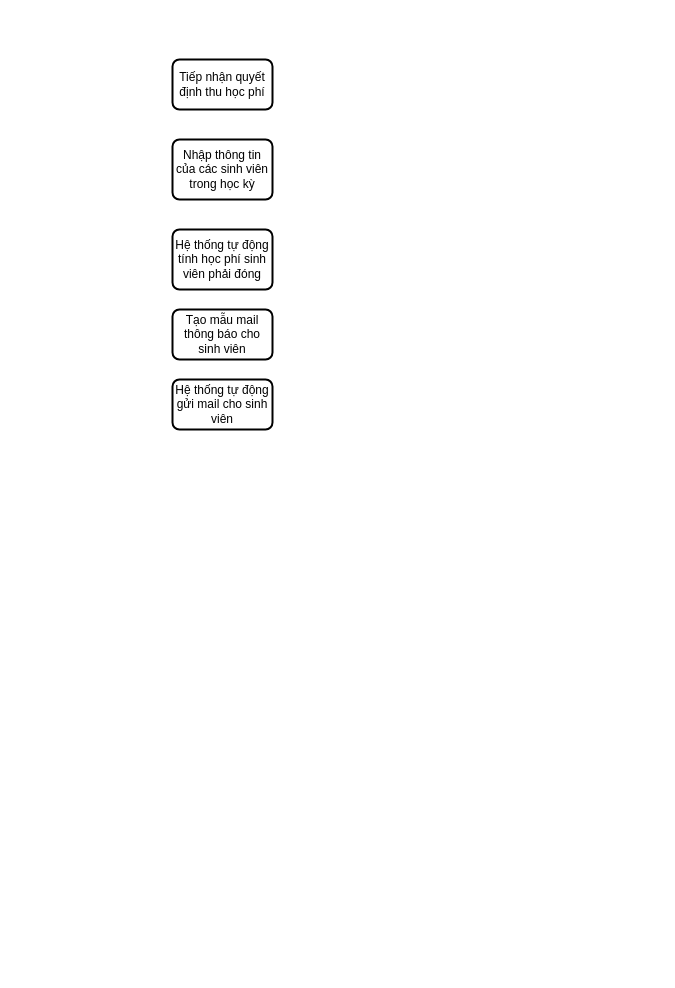
Before: Untitled Diagram.drawio in hype1524/Test, a draw.io diagram. Source tidied: cells renumbered, new cells numbered last; positions are measured from the earlier drawing's top-left corner, leaving out a move shared by most shapes. Both pictures are drawn from the tidied source at 100%, with x=0, y=0 at pixel (172, 59).
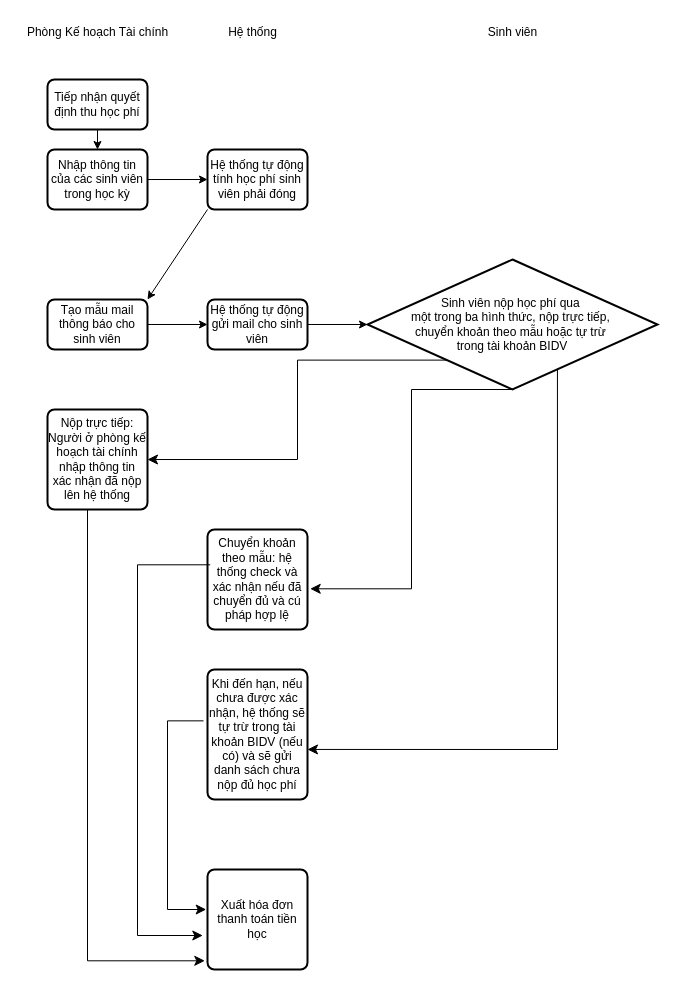
The same diagram, later.

What changed in the source:
```diff
@@
     <mxCell id="2" value="Tiếp nhận quyết định thu học phí" style="rounded=1;whiteSpace=wrap;html=1;absoluteArcSize=1;arcSize=14;strokeWidth=2;" parent="1" vertex="1">
-      <mxGeometry width="100" height="50" as="geometry" />
+      <mxGeometry x="-125" y="20" width="100" height="50" as="geometry" />
     </mxCell>
     <mxCell id="3" value="Nhập thông tin của các sinh viên trong học kỳ" style="rounded=1;whiteSpace=wrap;html=1;absoluteArcSize=1;arcSize=14;strokeWidth=2;" parent="1" vertex="1">
-      <mxGeometry y="80" width="100" height="60" as="geometry" />
+      <mxGeometry x="-125" y="90" width="100" height="60" as="geometry" />
     </mxCell>
     <mxCell id="4" value="Hệ thống tự động tính học phí sinh viên phải đóng" style="rounded=1;whiteSpace=wrap;html=1;absoluteArcSize=1;arcSize=14;strokeWidth=2;" parent="1" vertex="1">
-      <mxGeometry y="170" width="100" height="60" as="geometry" />
+      <mxGeometry x="35" y="90" width="100" height="60" as="geometry" />
     </mxCell>
     <mxCell id="5" value="Tạo mẫu mail thông báo cho sinh viên" style="rounded=1;whiteSpace=wrap;html=1;absoluteArcSize=1;arcSize=14;strokeWidth=2;" parent="1" vertex="1">
-      <mxGeometry y="250" width="100" height="50" as="geometry" />
+      <mxGeometry x="-125" y="240" width="100" height="50" as="geometry" />
     </mxCell>
     <mxCell id="6" value="Hệ thống tự động gửi mail cho sinh viên" style="rounded=1;whiteSpace=wrap;html=1;absoluteArcSize=1;arcSize=14;strokeWidth=2;" parent="1" vertex="1">
-      <mxGeometry y="320" width="100" height="50" as="geometry" />
+      <mxGeometry x="35" y="240" width="100" height="50" as="geometry" />
     </mxCell>
+    <mxCell id="7" value="Sinh viên nộp học phí qua&amp;nbsp;&lt;div&gt;một trong ba hình thức, nộp trực tiếp,&amp;nbsp;&lt;/div&gt;&lt;div&gt;chuyển khoản theo mẫu hoặc tự trừ&amp;nbsp;&lt;/div&gt;&lt;div&gt;trong tài khoản BIDV&lt;/div&gt;" style="strokeWidth=2;html=1;shape=mxgraph.flowchart.decision;whiteSpace=wrap;" parent="1" vertex="1">
+      <mxGeometry x="195" y="200" width="290" height="130" as="geometry" />
+    </mxCell>
+    <mxCell id="8" style="endArrow=classic;html=1;rounded=0;exitX=0.5;exitY=1;exitDx=0;exitDy=0;entryX=0.5;entryY=0;entryDx=0;entryDy=0;" parent="1" edge="1" source="2" target="3">
+      <mxGeometry relative="1" as="geometry" />
+    </mxCell>
+    <mxCell id="9" style="endArrow=classic;html=1;rounded=0;exitX=1;exitY=0.5;exitDx=0;exitDy=0;entryX=0;entryY=0.5;entryDx=0;entryDy=0;" parent="1" edge="1" source="3" target="4">
+      <mxGeometry relative="1" as="geometry" />
+    </mxCell>
+    <mxCell id="10" style="endArrow=classic;html=1;rounded=0;exitX=0;exitY=1;exitDx=0;exitDy=0;entryX=1;entryY=0;entryDx=0;entryDy=0;" parent="1" edge="1" source="4" target="5">
+      <mxGeometry relative="1" as="geometry" />
+    </mxCell>
+    <mxCell id="11" style="endArrow=classic;html=1;rounded=0;exitX=1;exitY=0.5;exitDx=0;exitDy=0;entryX=0;entryY=0.5;entryDx=0;entryDy=0;" parent="1" edge="1" source="5" target="6">
+      <mxGeometry relative="1" as="geometry" />
+    </mxCell>
+    <mxCell id="12" style="endArrow=classic;html=1;rounded=0;exitX=1;exitY=0.5;exitDx=0;exitDy=0;entryX=0;entryY=0.5;entryDx=0;entryDy=0;entryPerimeter=0;" parent="1" edge="1" source="6" target="7">
+      <mxGeometry relative="1" as="geometry" />
+    </mxCell>
+    <mxCell id="13" value="Nộp trực tiếp: Người ở phòng kế hoạch tài chính nhập thông tin xác nhận đã nộp lên hệ thống" style="rounded=1;whiteSpace=wrap;html=1;absoluteArcSize=1;arcSize=14;strokeWidth=2;" parent="1" vertex="1">
+      <mxGeometry x="-125" y="350" width="100" height="100" as="geometry" />
+    </mxCell>
+    <mxCell id="14" style="edgeStyle=elbowEdgeStyle;elbow=horizontal;endArrow=classic;html=1;curved=0;rounded=0;endSize=8;startSize=8;exitX=0.274;exitY=0.774;exitDx=0;exitDy=0;exitPerimeter=0;entryX=1;entryY=0.5;entryDx=0;entryDy=0;" parent="1" edge="1" source="7" target="13">
+      <mxGeometry relative="1" as="geometry" />
+    </mxCell>
+    <mxCell id="15" value="Chuyển khoản theo mẫu: hệ thống check và xác nhận nếu đã chuyển đủ và cú pháp hợp lệ" style="rounded=1;whiteSpace=wrap;html=1;absoluteArcSize=1;arcSize=14;strokeWidth=2;" parent="1" vertex="1">
+      <mxGeometry x="35" y="470" width="100" height="100" as="geometry" />
+    </mxCell>
+    <mxCell id="16" style="edgeStyle=elbowEdgeStyle;elbow=horizontal;endArrow=classic;html=1;curved=0;rounded=0;endSize=8;startSize=8;exitX=0.5;exitY=1;exitDx=0;exitDy=0;exitPerimeter=0;entryX=1.027;entryY=0.593;entryDx=0;entryDy=0;entryPerimeter=0;" parent="1" edge="1" source="7" target="15">
+      <mxGeometry relative="1" as="geometry" />
+    </mxCell>
+    <mxCell id="17" value="Khi đến hạn, nếu chưa được xác nhận, hệ thống sẽ tự trừ trong tài khoản BIDV (nếu có) và sẽ gửi danh sách chưa nộp đủ học phí" style="rounded=1;whiteSpace=wrap;html=1;absoluteArcSize=1;arcSize=14;strokeWidth=2;" parent="1" vertex="1">
+      <mxGeometry x="35" y="610" width="100" height="130" as="geometry" />
+    </mxCell>
+    <mxCell id="18" style="edgeStyle=segmentEdgeStyle;endArrow=classic;html=1;curved=0;rounded=0;endSize=8;startSize=8;exitX=0.655;exitY=0.846;exitDx=0;exitDy=0;exitPerimeter=0;entryX=1;entryY=0.615;entryDx=0;entryDy=0;entryPerimeter=0;" parent="1" edge="1" source="7" target="17">
+      <mxGeometry relative="1" as="geometry">
+        <Array as="points">
+          <mxPoint x="385" y="690" />
+        </Array>
+      </mxGeometry>
+    </mxCell>
+    <mxCell id="19" value="Xuất hóa đơn thanh toán tiền học" style="rounded=1;whiteSpace=wrap;html=1;absoluteArcSize=1;arcSize=14;strokeWidth=2;" parent="1" vertex="1">
+      <mxGeometry x="35" y="810" width="100" height="100" as="geometry" />
+    </mxCell>
+    <mxCell id="20" style="edgeStyle=elbowEdgeStyle;elbow=vertical;endArrow=classic;html=1;curved=0;rounded=0;endSize=8;startSize=8;exitX=0.027;exitY=0.353;exitDx=0;exitDy=0;exitPerimeter=0;entryX=-0.047;entryY=0.66;entryDx=0;entryDy=0;entryPerimeter=0;" parent="1" edge="1" source="15" target="19">
+      <mxGeometry relative="1" as="geometry">
+        <Array as="points">
+          <mxPoint x="-35" y="510" />
+        </Array>
+      </mxGeometry>
+    </mxCell>
+    <mxCell id="21" style="edgeStyle=elbowEdgeStyle;elbow=vertical;endArrow=classic;html=1;curved=0;rounded=0;endSize=8;startSize=8;exitX=-0.04;exitY=0.395;exitDx=0;exitDy=0;exitPerimeter=0;entryX=-0.013;entryY=0.4;entryDx=0;entryDy=0;entryPerimeter=0;" parent="1" edge="1" source="17" target="19">
+      <mxGeometry relative="1" as="geometry">
+        <Array as="points">
+          <mxPoint x="-5" y="760" />
+        </Array>
+      </mxGeometry>
+    </mxCell>
+    <mxCell id="22" style="edgeStyle=segmentEdgeStyle;endArrow=classic;html=1;curved=0;rounded=0;endSize=8;startSize=8;exitX=0.4;exitY=1;exitDx=0;exitDy=0;exitPerimeter=0;entryX=-0.027;entryY=0.913;entryDx=0;entryDy=0;entryPerimeter=0;" parent="1" edge="1" source="13" target="19">
+      <mxGeometry relative="1" as="geometry">
+        <Array as="points">
+          <mxPoint x="-85" y="901" />
+        </Array>
+      </mxGeometry>
+    </mxCell>
+    <mxCell id="23" value="Phòng Kế hoạch Tài chính" style="text;html=1;align=center;verticalAlign=middle;strokeColor=none;fillColor=none;" parent="1" vertex="1">
+      <mxGeometry x="-155" y="-42" width="160" height="30" as="geometry" />
+    </mxCell>
+    <mxCell id="24" value="Hệ thống" style="text;html=1;align=center;verticalAlign=middle;strokeColor=none;fillColor=none;" parent="1" vertex="1">
+      <mxGeometry x="45" y="-42" width="70" height="30" as="geometry" />
+    </mxCell>
+    <mxCell id="25" value="Sinh viên" style="text;html=1;align=center;verticalAlign=middle;strokeColor=none;fillColor=none;" parent="1" vertex="1">
+      <mxGeometry x="305" y="-42" width="70" height="30" as="geometry" />
+    </mxCell>
```
